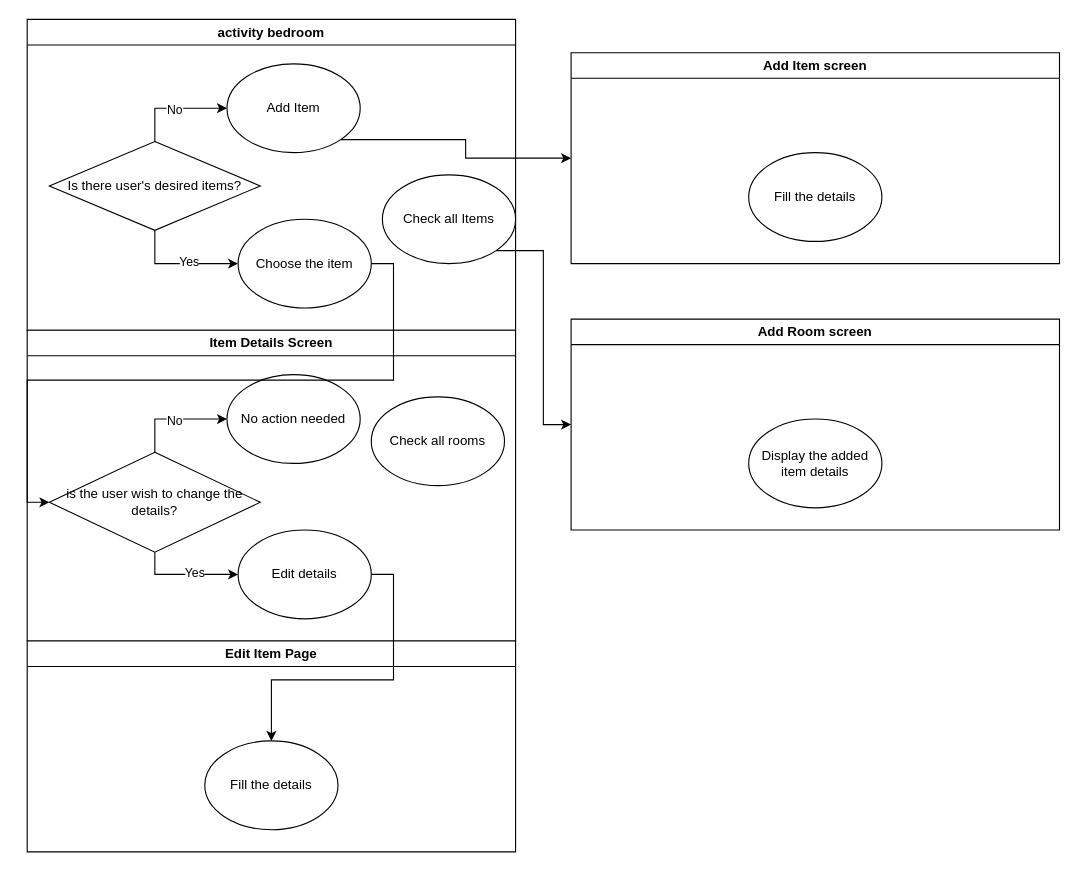
Above: Untitled Diagram.drawio in Xhourstoprogram/a (draw.io), before the change. Source tidied: cells renumbered, new cells numbered last; positions are measured from the earlier drawing's top-left corner, leaving out a move shared by most shapes. Both pictures are drawn from the tidied source at 111%, with x=0, y=0 at pixel (27, 19).
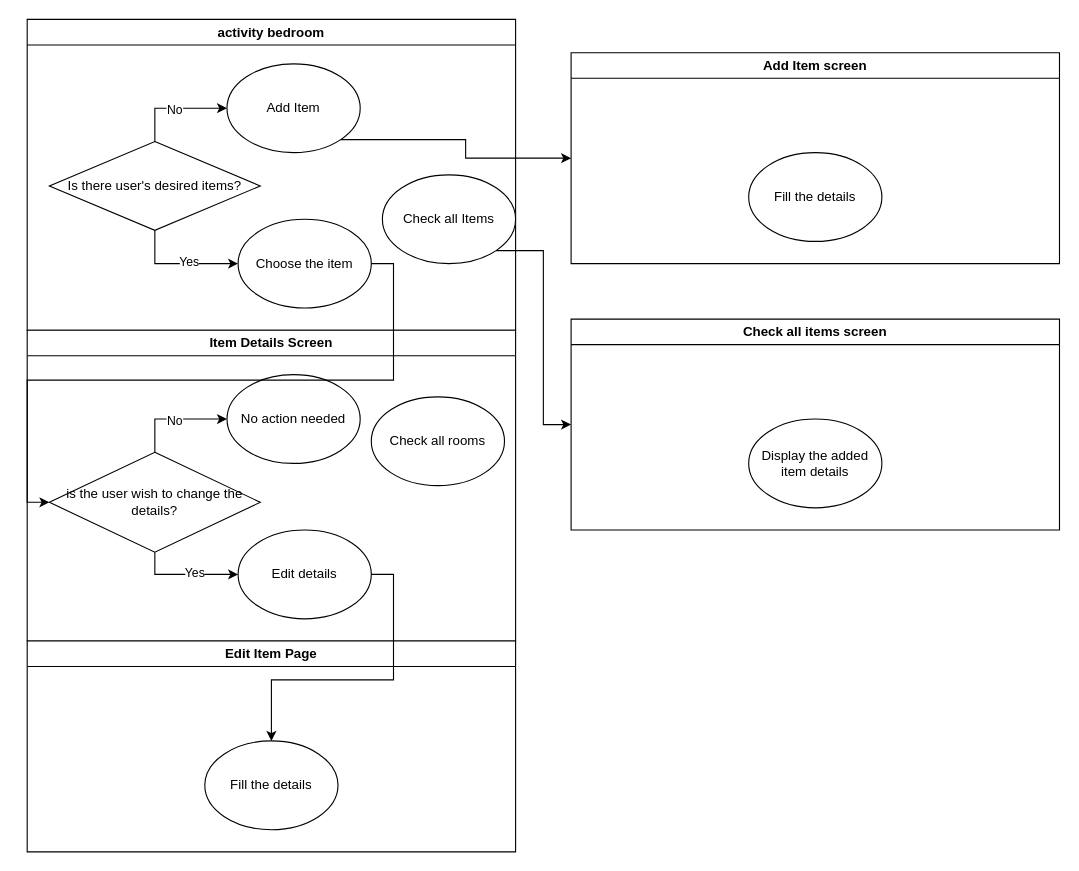
The same diagram, later.

Diff of the diagram source:
```diff
@@
-    <mxCell id="27" value="Add Room screen" style="swimlane;whiteSpace=wrap;html=1;" parent="1" vertex="1">
+    <mxCell id="27" value="Check all items screen" style="swimlane;whiteSpace=wrap;html=1;" parent="1" vertex="1">
       <mxGeometry x="490" y="270" width="440" height="190" as="geometry" />
     </mxCell>
```
